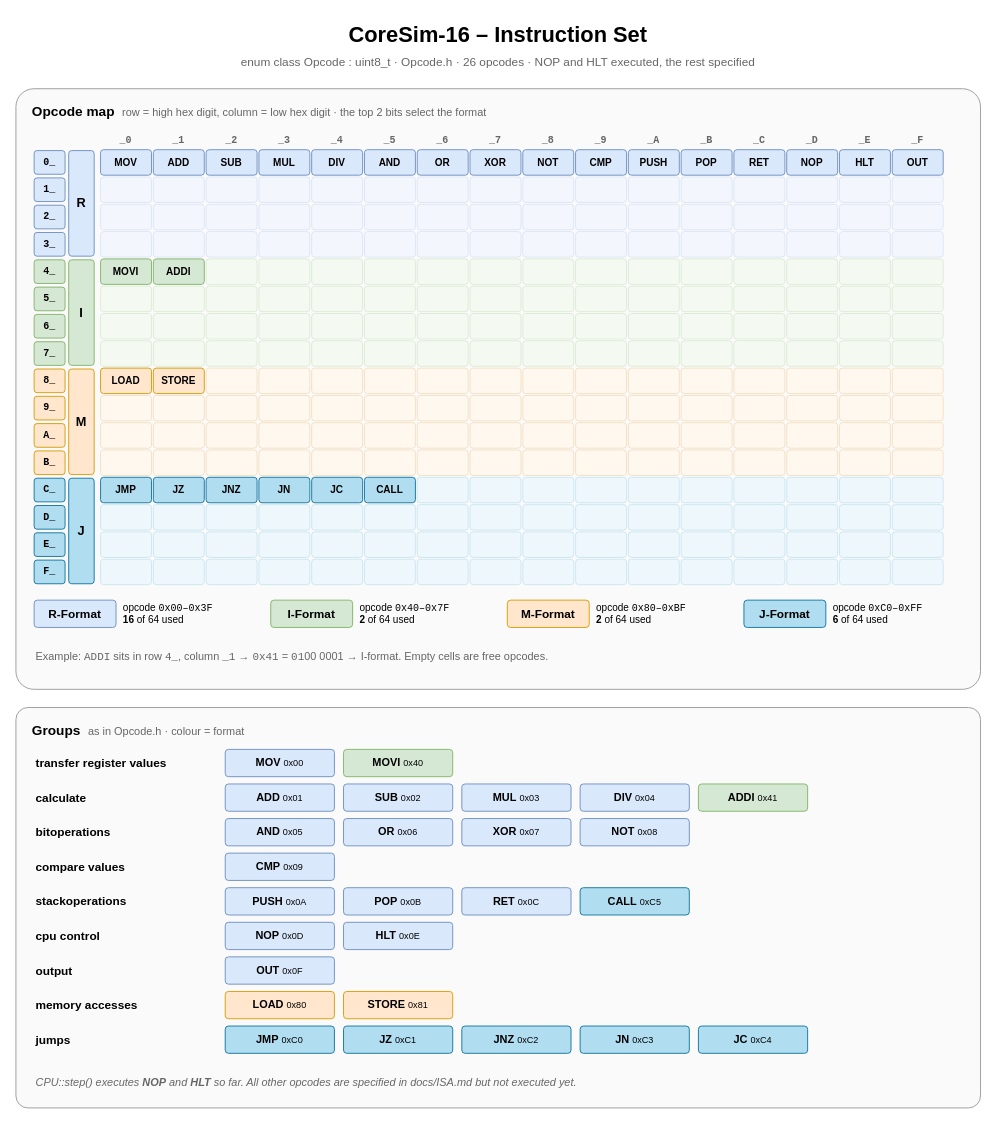
Earlier version of the draw.io diagram diagrams/isa.drawio (kpolet2010-hue/CoreSim). Source tidied: cells renumbered, new cells numbered last; positions are measured from the earlier drawing's top-left corner, leaving out a move shared by most shapes. Both pictures are drawn from the tidied source at 91%, with x=0, y=0 at pixel (15, 15).
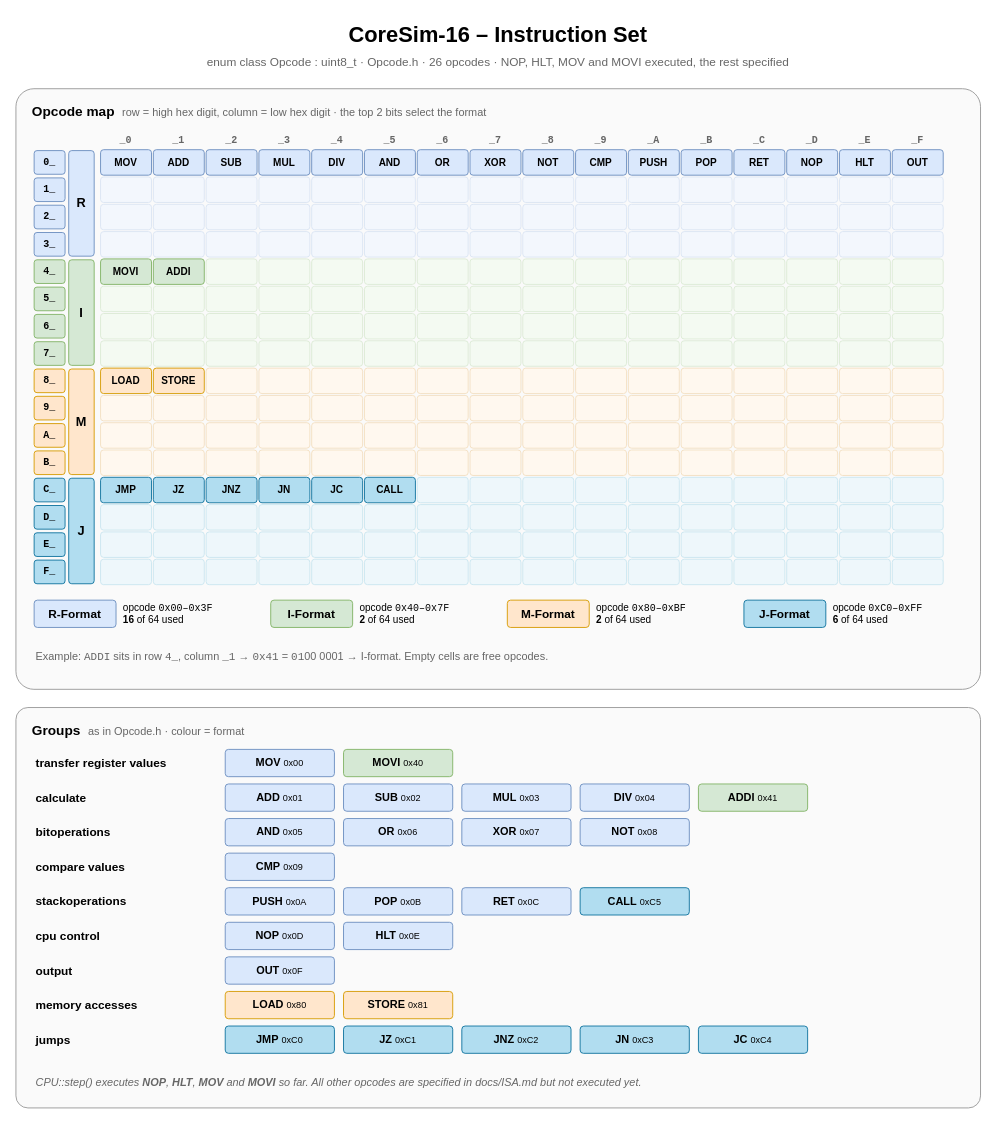
The same page after the edit.

Commit message (it also covers changes not shown here):
docs(cpu): document execution of MOV and MOVI

Diff of the diagram source:
```diff
@@
-    <mxCell id="3" value="enum class Opcode : uint8_t &amp;middot; Opcode.h &amp;middot; 26 opcodes &amp;middot; NOP and HLT executed, the rest specified" style="text;html=1;strokeColor=none;fillColor=none;whiteSpace=wrap;fontFamily=Helvetica;fontSize=13;fontColor=#666666;align=center;" parent="1" vertex="1">
+    <mxCell id="3" value="enum class Opcode : uint8_t &amp;middot; Opcode.h &amp;middot; 26 opcodes &amp;middot; NOP, HLT, MOV and MOVI executed, the rest specified" style="text;html=1;strokeColor=none;fillColor=none;whiteSpace=wrap;fontFamily=Helvetica;fontSize=13;fontColor=#666666;align=center;" parent="1" vertex="1">
       <mxGeometry y="36" width="1060" height="24" as="geometry" />
     </mxCell>
@@
-    <mxCell id="342" value="&lt;i&gt;CPU::step() executes &lt;b&gt;NOP&lt;/b&gt; and &lt;b&gt;HLT&lt;/b&gt; so far. All other opcodes are specified in docs/ISA.md but not executed yet.&lt;/i&gt;" style="text;html=1;strokeColor=none;fillColor=none;whiteSpace=wrap;fontFamily=Helvetica;fontSize=12;fontColor=#666666;align=left;" parent="1" vertex="1">
+    <mxCell id="342" value="&lt;i&gt;CPU::step() executes &lt;b&gt;NOP&lt;/b&gt;, &lt;b&gt;HLT&lt;/b&gt;, &lt;b&gt;MOV&lt;/b&gt; and &lt;b&gt;MOVI&lt;/b&gt; so far. All other opcodes are specified in docs/ISA.md but not executed yet.&lt;/i&gt;" style="text;html=1;strokeColor=none;fillColor=none;whiteSpace=wrap;fontFamily=Helvetica;fontSize=12;fontColor=#666666;align=left;" parent="1" vertex="1">
       <mxGeometry x="20" y="1158" width="1020" height="24" as="geometry" />
     </mxCell>
```
